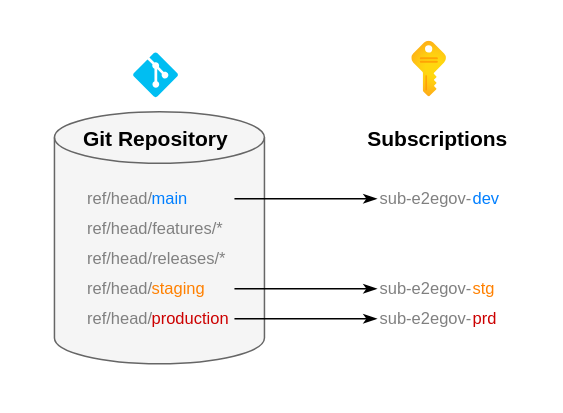
Above: page "git" (3 of 5) of .assets/e2egov.drawio in msc365/az-devops-governance (draw.io), before the change. Source tidied: cells renumbered, new cells numbered last; positions are measured from the earlier drawing's top-left corner, leaving out a move shared by most shapes. Both pictures are drawn from the tidied source at 150%, with x=0, y=0 at pixel (26, 26).
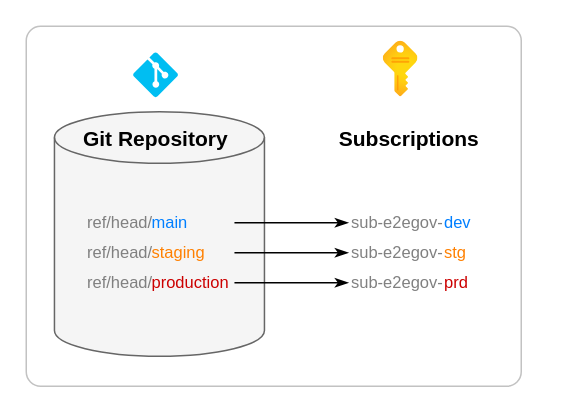
The same page after the edit.

Diff of the diagram source:
```diff
@@
-    <mxCell id="2" style="rounded=1;whiteSpace=wrap;html=1;fillColor=#FFFFFF;arcSize=2;strokeColor=#FFFFFF;" parent="1" vertex="1">
-      <mxGeometry width="340" height="240" as="geometry" />
+    <mxCell id="2" style="rounded=1;whiteSpace=wrap;html=1;fillColor=#FFFFFF;arcSize=4;strokeColor=#C2C2C2;" parent="1" vertex="1">
+      <mxGeometry width="330" height="240" as="geometry" />
     </mxCell>
     <mxCell id="3" style="shape=cylinder3;whiteSpace=wrap;html=1;boundedLbl=1;backgroundOutline=1;size=17.199999999999932;fillColor=#f5f5f5;fontColor=#333333;strokeColor=#666666;" parent="1" vertex="1">
-      <mxGeometry x="18.8" y="57" width="140" height="168" as="geometry" />
+      <mxGeometry x="18.8" y="57" width="140" height="163" as="geometry" />
     </mxCell>
     <mxCell id="4" value="&lt;font style=&quot;color: rgb(128, 128, 128); font-size: 11px;&quot;&gt;ref/head/&lt;/font&gt;" style="text;html=1;align=left;verticalAlign=middle;whiteSpace=wrap;rounded=0;" parent="1" vertex="1">
-      <mxGeometry x="38.8" y="105" width="50" height="20" as="geometry" />
+      <mxGeometry x="38.8" y="121" width="50" height="20" as="geometry" />
     </mxCell>
     <mxCell id="5" value="&lt;font style=&quot;color: rgb(128, 128, 128); font-size: 11px;&quot;&gt;ref/head/&lt;/font&gt;" style="text;html=1;align=left;verticalAlign=middle;whiteSpace=wrap;rounded=0;" parent="1" vertex="1">
-      <mxGeometry x="38.8" y="165" width="50" height="20" as="geometry" />
+      <mxGeometry x="38.8" y="141" width="50" height="20" as="geometry" />
     </mxCell>
     <mxCell id="6" value="&lt;font style=&quot;color: rgb(128, 128, 128); font-size: 11px;&quot;&gt;ref/head/&lt;/font&gt;" style="text;html=1;align=left;verticalAlign=middle;whiteSpace=wrap;rounded=0;" parent="1" vertex="1">
-      <mxGeometry x="38.8" y="185" width="50" height="20" as="geometry" />
+      <mxGeometry x="38.8" y="161" width="50" height="20" as="geometry" />
     </mxCell>
-    <mxCell id="7" value="&lt;font style=&quot;color: rgb(128, 128, 128); font-size: 11px;&quot;&gt;ref/head/features/*&lt;/font&gt;" style="text;html=1;align=left;verticalAlign=middle;whiteSpace=wrap;rounded=0;" parent="1" vertex="1">
-      <mxGeometry x="38.8" y="125" width="100" height="20" as="geometry" />
-    </mxCell>
-    <mxCell id="8" value="&lt;font style=&quot;color: rgb(128, 128, 128); font-size: 11px;&quot;&gt;ref/head/releases/*&lt;/font&gt;" style="text;html=1;align=left;verticalAlign=middle;whiteSpace=wrap;rounded=0;" parent="1" vertex="1">
-      <mxGeometry x="38.8" y="145" width="100" height="20" as="geometry" />
-    </mxCell>
     <mxCell id="9" value="&lt;font style=&quot;font-size: 11px;&quot;&gt;staging&lt;/font&gt;" style="text;html=1;align=left;verticalAlign=middle;whiteSpace=wrap;rounded=0;fontColor=#FF8000;" parent="1" vertex="1">
-      <mxGeometry x="81.8" y="165" width="57" height="20" as="geometry" />
+      <mxGeometry x="81.8" y="141" width="57" height="20" as="geometry" />
     </mxCell>
     <mxCell id="10" value="&lt;font style=&quot;font-size: 11px;&quot;&gt;production&lt;/font&gt;" style="text;html=1;align=left;verticalAlign=middle;whiteSpace=wrap;rounded=0;fontColor=#CC0000;" parent="1" vertex="1">
-      <mxGeometry x="81.8" y="185" width="57" height="20" as="geometry" />
+      <mxGeometry x="81.8" y="161" width="57" height="20" as="geometry" />
     </mxCell>
     <mxCell id="11" value="&lt;font style=&quot;font-size: 11px;&quot;&gt;main&lt;/font&gt;" style="text;html=1;align=left;verticalAlign=middle;whiteSpace=wrap;rounded=0;fontColor=#007FFF;" parent="1" vertex="1">
-      <mxGeometry x="81.8" y="105" width="57" height="20" as="geometry" />
+      <mxGeometry x="81.8" y="121" width="57" height="20" as="geometry" />
     </mxCell>
@@
     <mxCell id="14" value="&lt;font&gt;Subscriptions&lt;/font&gt;" style="text;strokeColor=none;fillColor=none;html=1;fontSize=14;fontStyle=1;verticalAlign=middle;align=center;" parent="1" vertex="1">
-      <mxGeometry x="213.8" y="65" width="120" height="20" as="geometry" />
+      <mxGeometry x="194.8" y="65" width="120" height="20" as="geometry" />
     </mxCell>
     <mxCell id="15" value="&lt;font style=&quot;color: rgb(128, 128, 128); font-size: 11px;&quot;&gt;sub-e2egov-&lt;/font&gt;" style="text;html=1;align=left;verticalAlign=middle;whiteSpace=wrap;rounded=0;" parent="1" vertex="1">
-      <mxGeometry x="233.8" y="105" width="66" height="20" as="geometry" />
+      <mxGeometry x="214.8" y="121" width="66" height="20" as="geometry" />
     </mxCell>
     <mxCell id="16" value="&lt;font style=&quot;font-size: 11px;&quot;&gt;dev&lt;/font&gt;" style="text;html=1;align=left;verticalAlign=middle;whiteSpace=wrap;rounded=0;fontColor=#007FFF;labelBorderColor=none;" parent="1" vertex="1">
-      <mxGeometry x="295.8" y="105" width="24" height="20" as="geometry" />
+      <mxGeometry x="276.8" y="121" width="24" height="20" as="geometry" />
     </mxCell>
     <mxCell id="17" value="&lt;font style=&quot;color: rgb(128, 128, 128); font-size: 11px;&quot;&gt;sub-e2egov-&lt;/font&gt;" style="text;html=1;align=left;verticalAlign=middle;whiteSpace=wrap;rounded=0;" parent="1" vertex="1">
-      <mxGeometry x="233.8" y="165" width="66" height="20" as="geometry" />
+      <mxGeometry x="214.8" y="141" width="66" height="20" as="geometry" />
     </mxCell>
     <mxCell id="18" value="&lt;font style=&quot;font-size: 11px;&quot;&gt;stg&lt;/font&gt;" style="text;html=1;align=left;verticalAlign=middle;whiteSpace=wrap;rounded=0;fontColor=#FF8000;" parent="1" vertex="1">
-      <mxGeometry x="295.8" y="165" width="24" height="20" as="geometry" />
+      <mxGeometry x="276.8" y="141" width="24" height="20" as="geometry" />
     </mxCell>
     <mxCell id="19" value="&lt;font style=&quot;color: rgb(128, 128, 128); font-size: 11px;&quot;&gt;sub-e2egov-&lt;/font&gt;" style="text;html=1;align=left;verticalAlign=middle;whiteSpace=wrap;rounded=0;" parent="1" vertex="1">
-      <mxGeometry x="233.8" y="185" width="66" height="20" as="geometry" />
+      <mxGeometry x="214.8" y="161" width="66" height="20" as="geometry" />
     </mxCell>
     <mxCell id="20" value="&lt;font style=&quot;font-size: 11px;&quot;&gt;prd&lt;/font&gt;" style="text;html=1;align=left;verticalAlign=middle;whiteSpace=wrap;rounded=0;fontColor=#CC0000;" parent="1" vertex="1">
-      <mxGeometry x="295.8" y="185" width="24" height="20" as="geometry" />
+      <mxGeometry x="276.8" y="161" width="24" height="20" as="geometry" />
     </mxCell>
@@
     <mxCell id="24" style="image;html=1;align=center;fontSize=12;image=img/lib/azure2/general/Subscriptions.svg;" parent="1" vertex="1">
-      <mxGeometry x="257.2" y="10" width="23.1" height="37.3" as="geometry" />
+      <mxGeometry x="238.2" y="10" width="23.1" height="37.3" as="geometry" />
     </mxCell>
```
